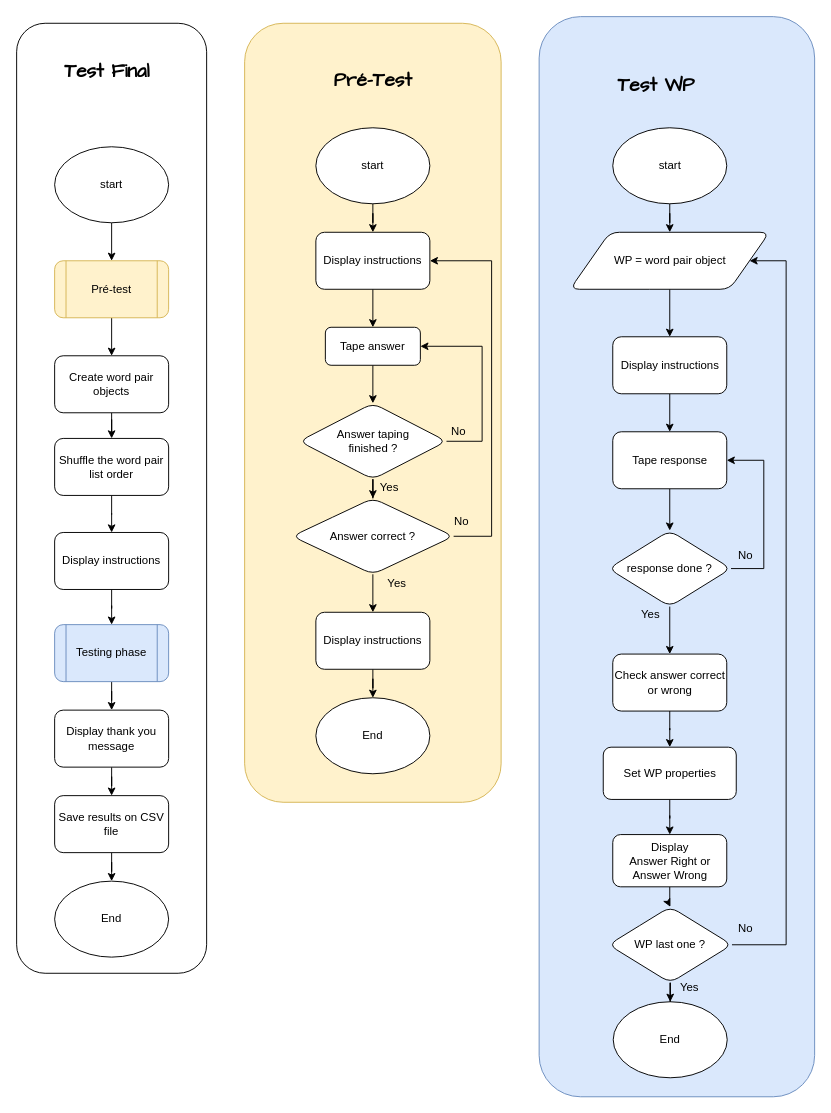
Earlier version of the draw.io diagram page "final test" (3 of 3) of Psychopy.drawio (AlessandroCuozzo/Psycho). Source tidied: cells renumbered, new cells numbered last; positions are measured from the earlier drawing's top-left corner, leaving out a move shared by most shapes. Both pictures are drawn from the tidied source at 95%, with x=0, y=0 at pixel (16, 16).
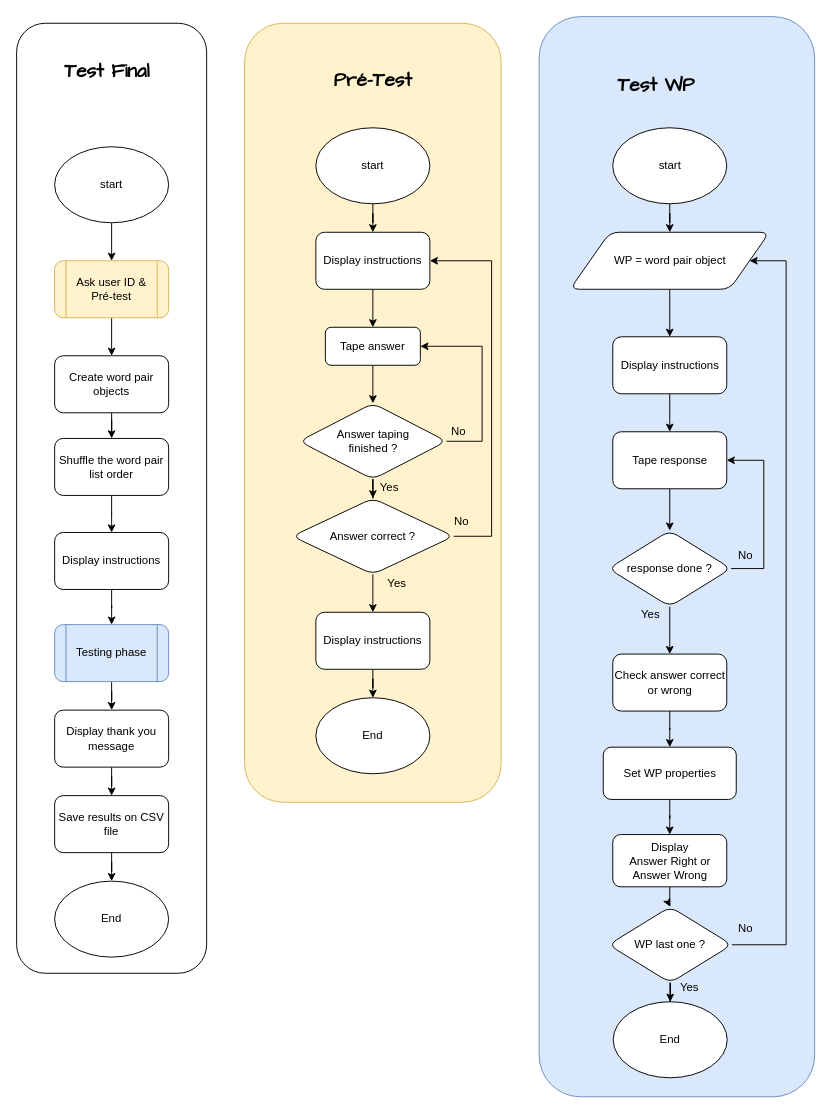
After the change.

The edit, as a diff of the source:
```diff
@@
-    <mxCell id="7" value="Pré-test" style="shape=process;whiteSpace=wrap;html=1;backgroundOutline=1;rounded=1;fillColor=#fff2cc;strokeColor=#d6b656;" parent="1" vertex="1">
+    <mxCell id="7" value="&lt;div&gt;Ask user ID &amp;amp; Pré-test&lt;/div&gt;" style="shape=process;whiteSpace=wrap;html=1;backgroundOutline=1;rounded=1;fillColor=#fff2cc;strokeColor=#d6b656;" parent="1" vertex="1">
       <mxGeometry x="40" y="257" width="120" height="60" as="geometry" />
     </mxCell>
```
